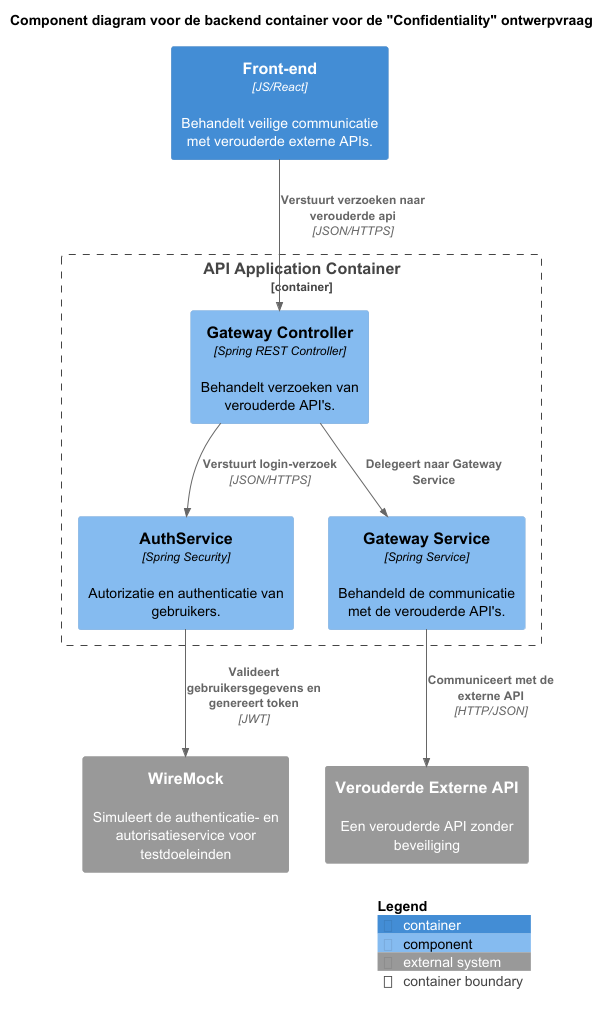
Above: week-2/les 3/pressure_cooker/component-diagram/ComponentDiagram-Component_diagram_voor_de_backend_container_voor_de__Confidentiality__ontwerpvraag.png in AIM-ENE-feb25/triptop-groep-b5 (PlantUML), before the change. The source it was exported from:
```plantuml
@startuml
!include https://raw.githubusercontent.com/plantuml-stdlib/C4-PlantUML/master/C4_Component.puml

title Component diagram voor de backend container voor de "Confidentiality" ontwerpvraag

Container(webapp, "Front-end", "JS/React", "Behandelt veilige communicatie met verouderde externe APIs.")

Container_Boundary(apiComponents, "API Application Container") {
    Component(authService, "AuthService", "Spring Security", "Autorizatie en authenticatie van gebruikers.")
    Component(controller, "Gateway Controller", "Spring REST Controller", "Behandelt verzoeken van verouderde API's.")
    Component(service, "Gateway Service", "Spring Service", "Behandeld de communicatie met de verouderde API's.")
}

System_Ext(wiremock, "WireMock", "Simuleert de authenticatie- en autorisatieservice voor testdoeleinden")
System_Ext(externalApi, "Verouderde Externe API", "Een verouderde API zonder beveiliging")

Rel(webapp, controller, "Verstuurt verzoeken naar verouderde api", "JSON/HTTPS")
Rel(controller, authService, "Verstuurt login-verzoek", "JSON/HTTPS")
Rel(authService, wiremock, "Valideert gebruikersgegevens en genereert token", "JWT")
Rel(controller, service, "Delegeert naar Gateway Service")
Rel(service, externalApi, "Communiceert met de externe API", "HTTP/JSON")

SHOW_LEGEND()
@enduml
```
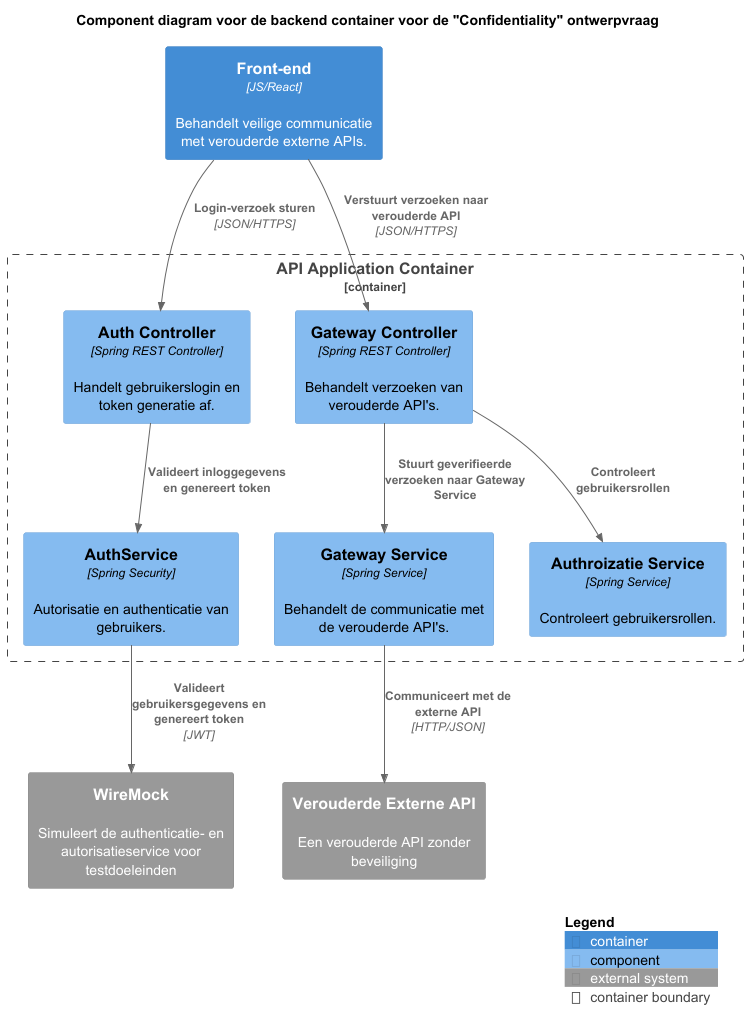
The same diagram one commit later.

Diff of the diagram source:
```diff
@@ -6,19 +6,24 @@
 Container(webapp, "Front-end", "JS/React", "Behandelt veilige communicatie met verouderde externe APIs.")
 
 Container_Boundary(apiComponents, "API Application Container") {
-    Component(authService, "AuthService", "Spring Security", "Autorizatie en authenticatie van gebruikers.")
+    Component(authController, "Auth Controller", "Spring REST Controller", "Handelt gebruikerslogin en token generatie af.")
+    Component(authService, "AuthService", "Spring Security", "Autorisatie en authenticatie van gebruikers.")
     Component(controller, "Gateway Controller", "Spring REST Controller", "Behandelt verzoeken van verouderde API's.")
-    Component(service, "Gateway Service", "Spring Service", "Behandeld de communicatie met de verouderde API's.")
+    Component(authroizatieService, "Authroizatie Service", "Spring Service", "Controleert gebruikersrollen.")
+    Component(service, "Gateway Service", "Spring Service", "Behandelt de communicatie met de verouderde API's.")
 }
 
 System_Ext(wiremock, "WireMock", "Simuleert de authenticatie- en autorisatieservice voor testdoeleinden")
 System_Ext(externalApi, "Verouderde Externe API", "Een verouderde API zonder beveiliging")
 
-Rel(webapp, controller, "Verstuurt verzoeken naar verouderde api", "JSON/HTTPS")
-Rel(controller, authService, "Verstuurt login-verzoek", "JSON/HTTPS")
+Rel(webapp, authController, "Login-verzoek sturen", "JSON/HTTPS")
+Rel(authController, authService, "Valideert inloggegevens en genereert token")
 Rel(authService, wiremock, "Valideert gebruikersgegevens en genereert token", "JWT")
-Rel(controller, service, "Delegeert naar Gateway Service")
+Rel(webapp, controller, "Verstuurt verzoeken naar verouderde API", "JSON/HTTPS")
+Rel(controller, authroizatieService, "Controleert gebruikersrollen")
+Rel(controller, service, "Stuurt geverifieerde verzoeken naar Gateway Service")
 Rel(service, externalApi, "Communiceert met de externe API", "HTTP/JSON")
 
 SHOW_LEGEND()
+
 @enduml
```
